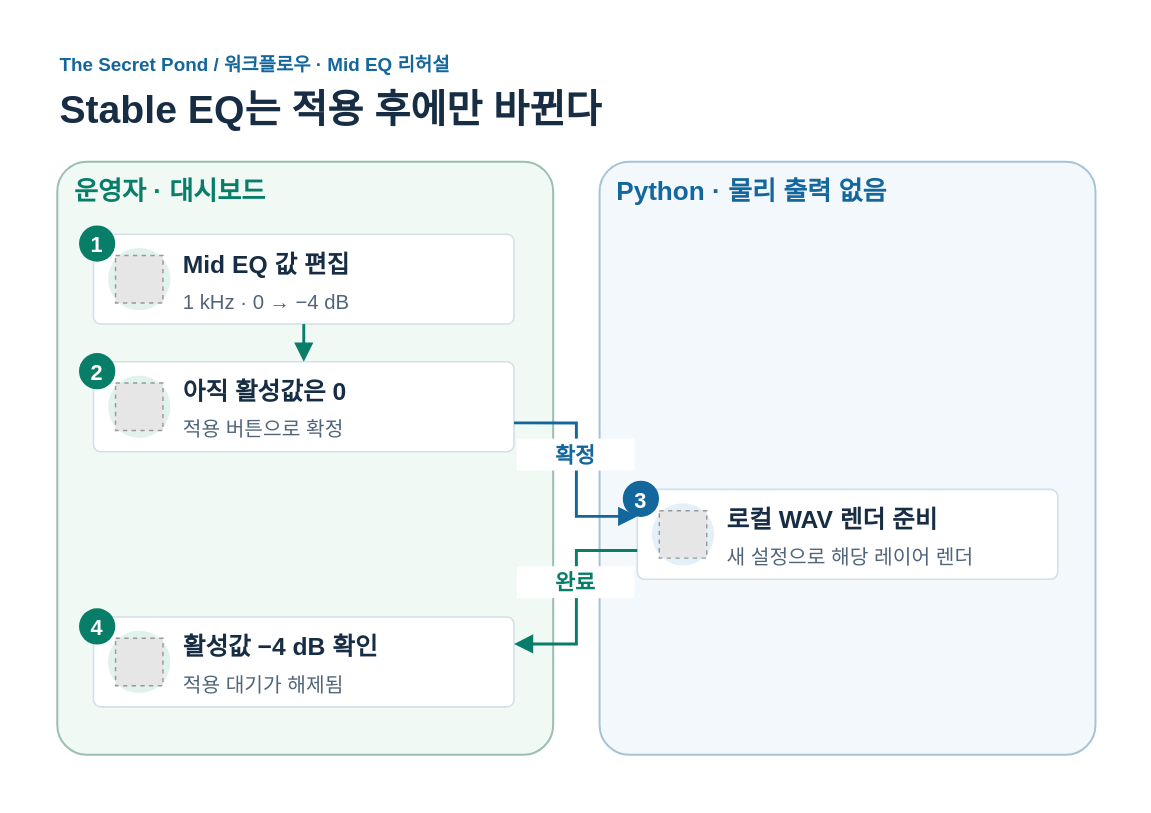
This is docs/portfolio-readme/assets/readme/workflow.drawio from SungKong00/the-secret-pond-sound-system, a draw.io file, before an edit. Source tidied: cells renumbered, new cells numbered last; positions are measured from the earlier drawing's top-left corner, leaving out a move shared by most shapes. Both pictures are drawn from the tidied source at 145%, with x=0, y=0 at pixel (25, 25). Pictures stored in the file or linked from it are replaced by grey dashed boxes.
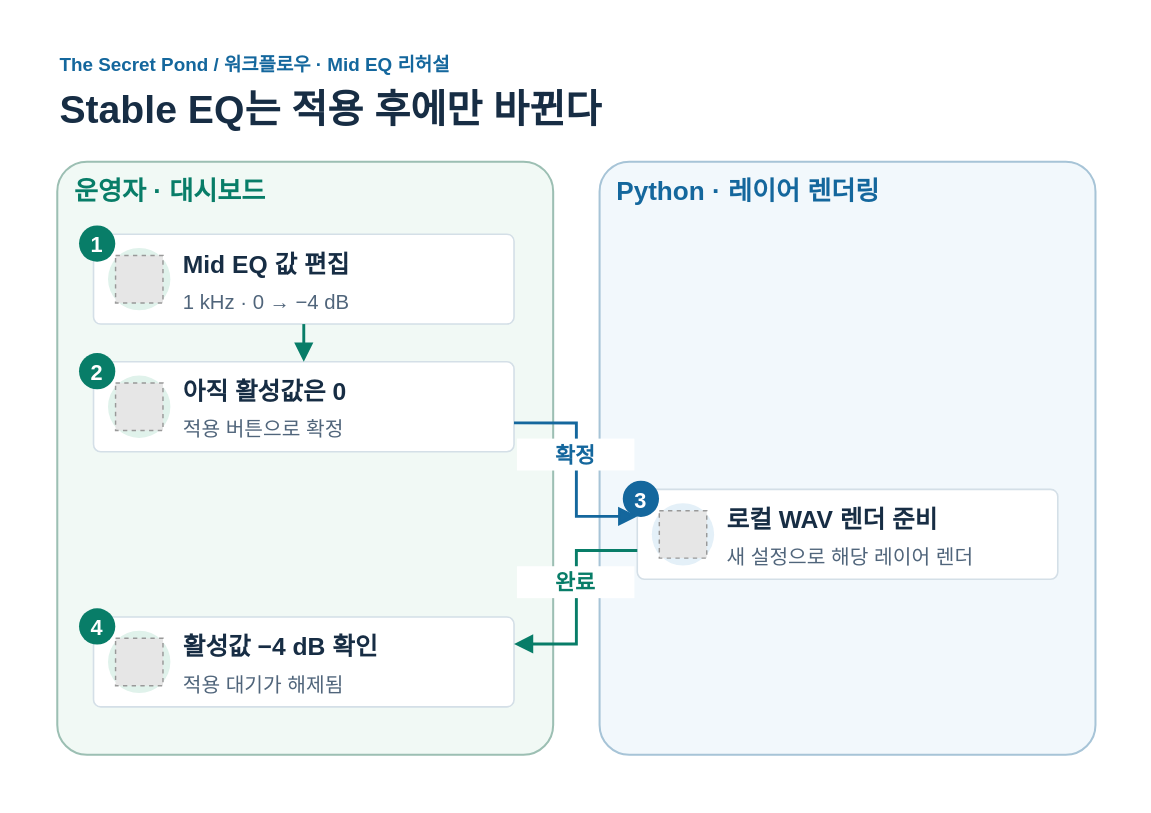
Above is the later version.

Commit message (it also covers changes not shown here):
docs: keep diagram labels focused on architecture

What changed in the source:
```diff
@@
-    <mxCell id="8" value="Python · 물리 출력 없음" style="text;html=0;align=left;verticalAlign=middle;spacing=0;fontFamily=Apple SD Gothic Neo;fontSize=18;fontColor=#14679D;fontStyle=1;fillColor=none;strokeColor=none;whiteSpace=wrap;overflow=visible;" parent="1" vertex="1">
+    <mxCell id="8" value="Python · 레이어 렌더링" style="text;html=0;align=left;verticalAlign=middle;spacing=0;fontFamily=Apple SD Gothic Neo;fontSize=18;fontColor=#14679D;fontStyle=1;fillColor=none;strokeColor=none;whiteSpace=wrap;overflow=visible;" parent="1" vertex="1">
       <mxGeometry x="408" y="101" width="318" height="28" as="geometry" />
     </mxCell>
```
